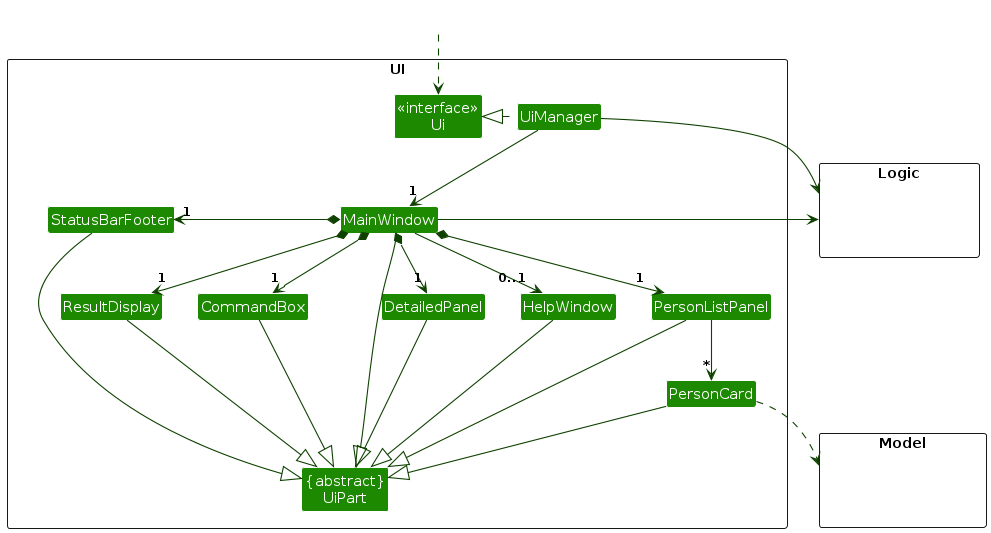
This is diagrams/UiClassDiagram.png from huajun07/tp, a PlantUML export, as it was before one commit. Its source is kept beside it as diagrams/UiClassDiagram.puml.
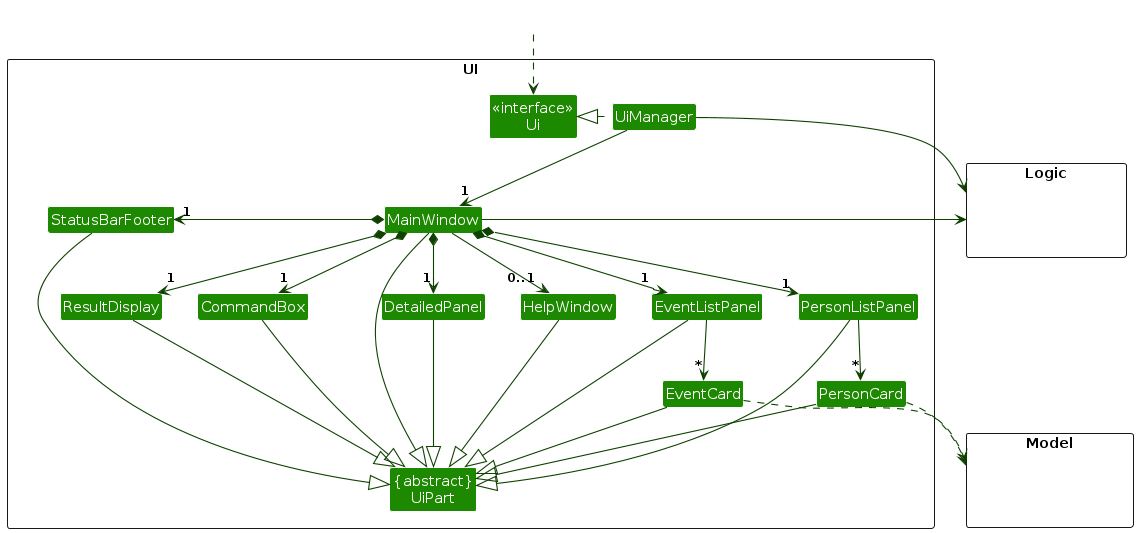
After the change.

Diff of the diagram source:
```diff
@@ -16,6 +16,8 @@
 Class StatusBarFooter
 Class CommandBox
 Class DetailedPanel
+Class EventListPanel
+Class EventCard
 }
 
 package Model <<Rectangle>> {
@@ -36,9 +38,11 @@
 MainWindow *-down->  "1" CommandBox
 MainWindow *-down-> "1" PersonListPanel
 MainWindow *-down-> "1" DetailedPanel
+MainWindow *-down-> "1" EventListPanel
 MainWindow --> "0..1" HelpWindow
 
 PersonListPanel -down-> "*" PersonCard
+EventListPanel -down-> "*" EventCard
 
 MainWindow -left-|> UiPart
 
@@ -49,8 +53,11 @@
 StatusBarFooter --|> UiPart
 HelpWindow --|> UiPart
 DetailedPanel ---|> UiPart
+EventListPanel --|> UiPart
+EventCard --|> UiPart
 
 PersonCard ..> Model
+EventCard ..> Model
 UiManager -right-> Logic
 MainWindow -left-> Logic
 
@@ -58,6 +65,5 @@
 HelpWindow -[hidden]left- CommandBox
 CommandBox -[hidden]left- ResultDisplay
 ResultDisplay -[hidden]left- StatusBarFooter
-
-MainWindow -[hidden]-|> UiPart
+MainWindow -[hidden]-> UiPart
 @enduml
```
